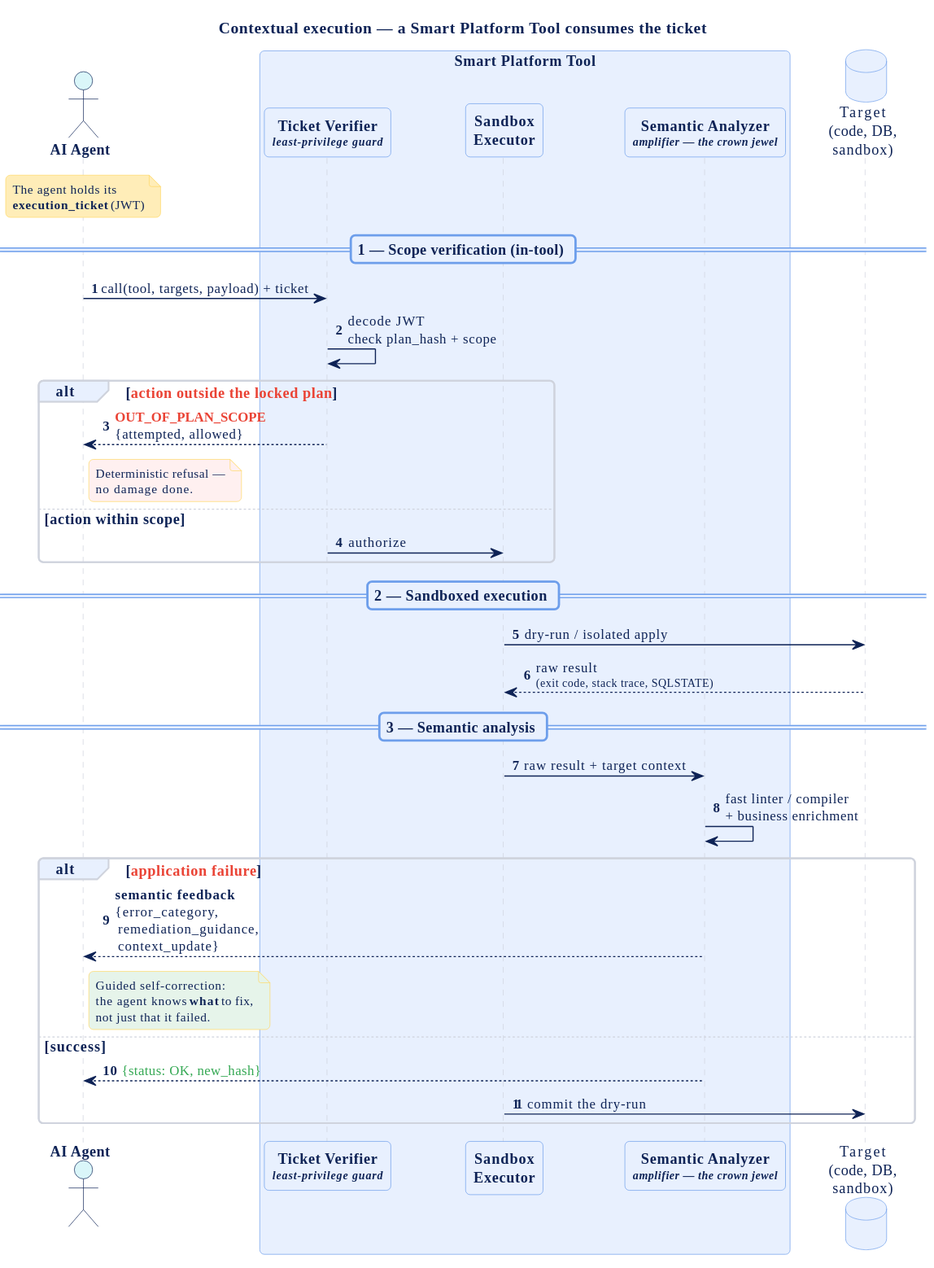
This is docs/diagrams/smart-tool-sequence.svg from owulveryck/poc-agentic-platform, a PlantUML export, as it was before one commit. The source it was exported from:
```plantuml
@startuml
!include octo-theme.puml
autonumber

title Contextual execution — a Smart Platform Tool consumes the ticket

actor "AI Agent" as Agent

box "Smart Platform Tool" #E8F0FE
  participant "Ticket Verifier\n<size:10><i>least-privilege guard</i></size>" as Verifier
  participant "Sandbox\nExecutor" as Exec
  participant "Semantic Analyzer\n<size:10><i>amplifier — the crown jewel</i></size>" as Analyzer
end box

database "Target\n(code, DB,\nsandbox)" as Target

note over Agent #FFEDB8
  The agent holds its
  <b>execution_ticket</b> (JWT)
end note

== 1 — Scope verification (in-tool) ==
Agent -> Verifier : call(tool, targets, payload) + ticket
Verifier -> Verifier : decode JWT\ncheck plan_hash + scope

alt <color:#EA4335>action outside the locked plan</color>
  Verifier --> Agent : <color:#EA4335><b>OUT_OF_PLAN_SCOPE</b></color>\n{attempted, allowed}
  note right of Agent #FFF0F0
    Deterministic refusal —
    no damage done.
  end note
else action within scope
  Verifier -> Exec : authorize
end

== 2 — Sandboxed execution ==
Exec -> Target : dry-run / isolated apply
Target --> Exec : raw result\n<size:10>(exit code, stack trace, SQLSTATE)</size>

== 3 — Semantic analysis ==
Exec -> Analyzer : raw result + target context
Analyzer -> Analyzer : fast linter / compiler\n+ business enrichment

alt <color:#EA4335>application failure</color>
  Analyzer --> Agent : <b>semantic feedback</b>\n{error_category,\n remediation_guidance,\n context_update}
  note right of Agent #E6F4EA
    Guided self-correction:
    the agent knows <b>what</b> to fix,
    not just that it failed.
  end note
else success
  Analyzer --> Agent : <color:#34A853>{status: OK, new_hash}</color>
  Exec -> Target : commit the dry-run
end
@enduml
```
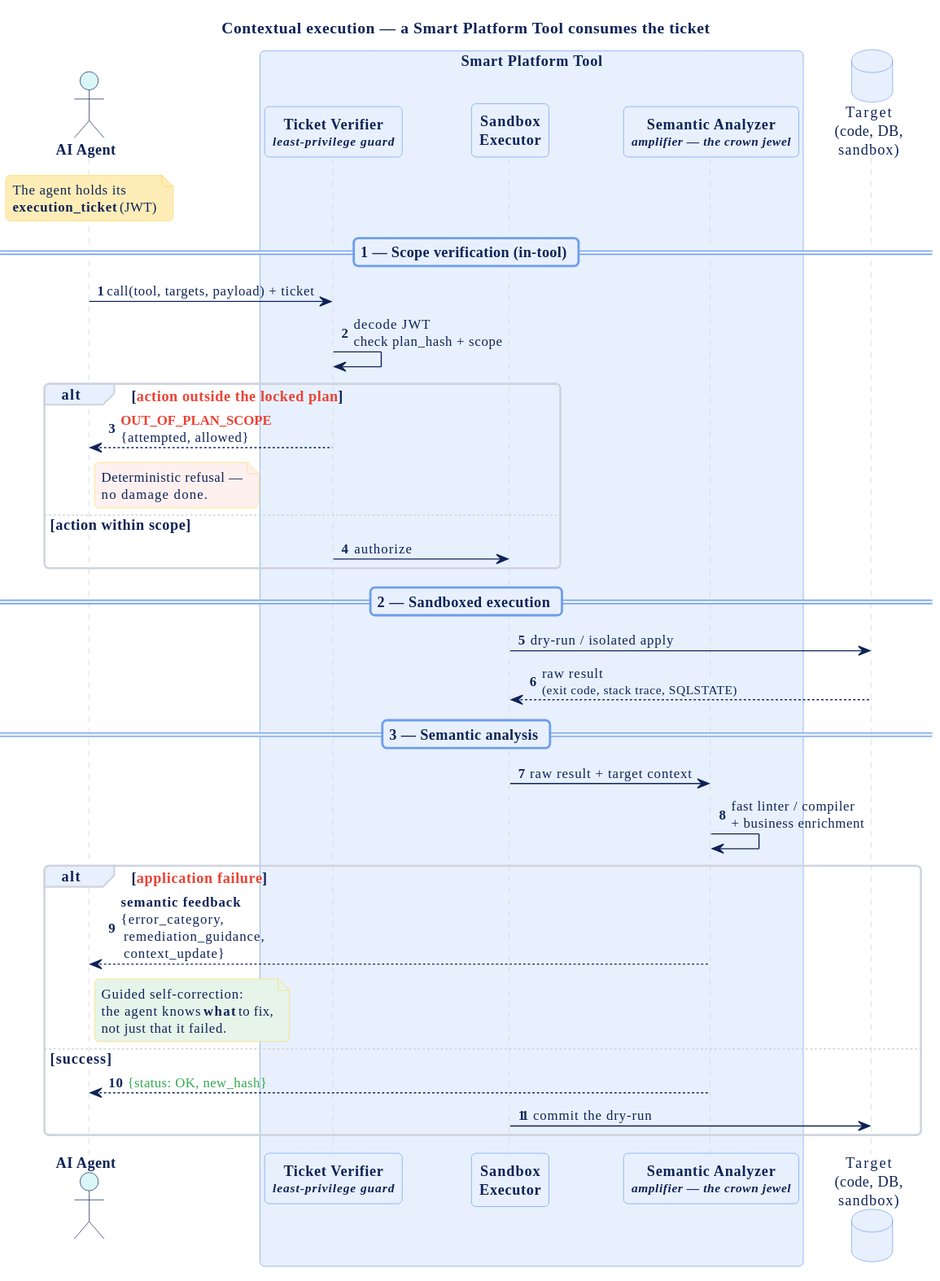
Later version of the same file.

Change to the diagram source:
```diff
@@ -7,9 +7,9 @@
 actor "AI Agent" as Agent
 
 box "Smart Platform Tool" #E8F0FE
-  participant "Ticket Verifier\n<size:10><i>least-privilege guard</i></size>" as Verifier
+  participant "Ticket Verifier\n<size:11><i>least-privilege guard</i></size>" as Verifier
   participant "Sandbox\nExecutor" as Exec
-  participant "Semantic Analyzer\n<size:10><i>amplifier — the crown jewel</i></size>" as Analyzer
+  participant "Semantic Analyzer\n<size:11><i>amplifier — the crown jewel</i></size>" as Analyzer
 end box
 
 database "Target\n(code, DB,\nsandbox)" as Target
@@ -35,7 +35,7 @@
 
 == 2 — Sandboxed execution ==
 Exec -> Target : dry-run / isolated apply
-Target --> Exec : raw result\n<size:10>(exit code, stack trace, SQLSTATE)</size>
+Target --> Exec : raw result\n<size:11>(exit code, stack trace, SQLSTATE)</size>
 
 == 3 — Semantic analysis ==
 Exec -> Analyzer : raw result + target context
```
